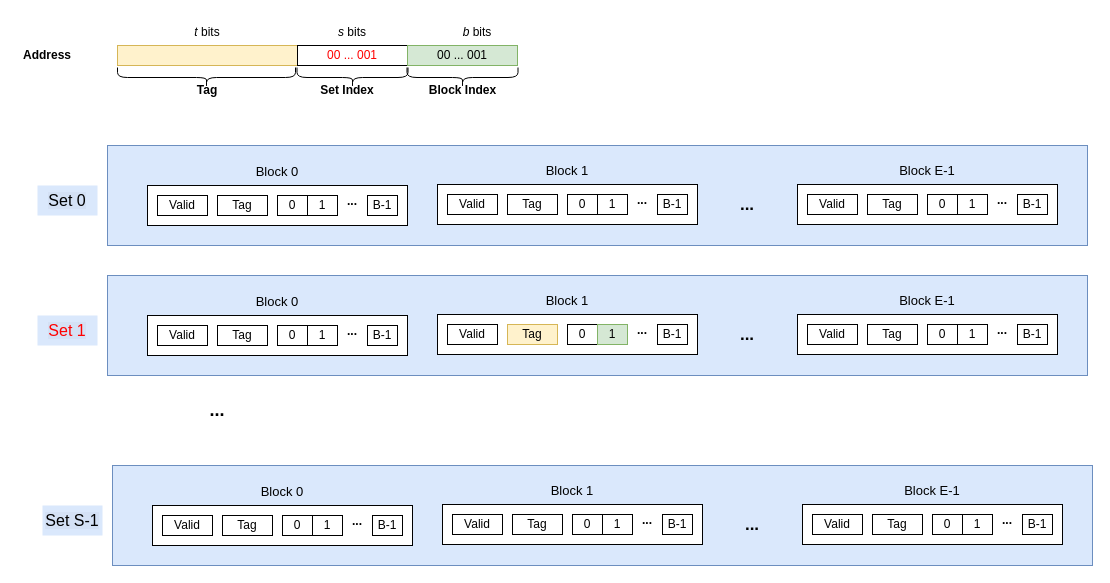
Above: csapp/general_cache_org.drawio in kevingechen/drawio (draw.io), before the change. Source tidied: cells renumbered, new cells numbered last; positions are measured from the earlier drawing's top-left corner, leaving out a move shared by most shapes. Both pictures are drawn from the tidied source at 100%, with x=0, y=0 at pixel (17, -12).
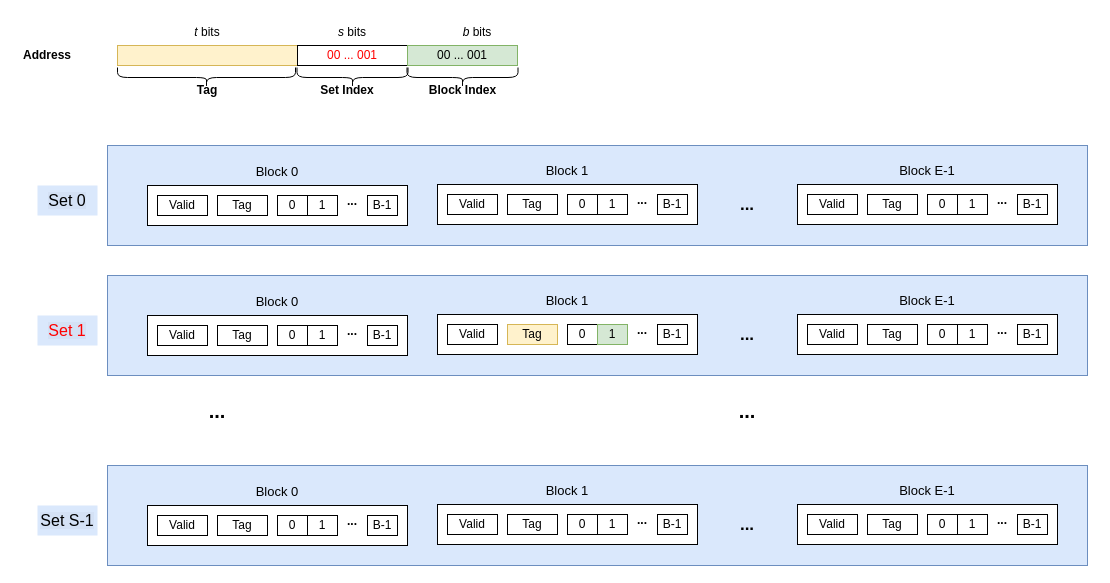
The same page after the edit.

Commit message:
adjust annotations

Change to the diagram source:
```diff
@@
-    <mxCell id="69" value="&lt;b&gt;&lt;font style=&quot;font-size: 18px;&quot;&gt;...&lt;/font&gt;&lt;/b&gt;" style="text;html=1;strokeColor=none;fillColor=none;align=center;verticalAlign=middle;whiteSpace=wrap;rounded=0;" parent="1" vertex="1">
+    <mxCell id="69" value="&lt;b&gt;&lt;font style=&quot;font-size: 20px;&quot;&gt;...&lt;/font&gt;&lt;/b&gt;" style="text;html=1;strokeColor=none;fillColor=none;align=center;verticalAlign=middle;whiteSpace=wrap;rounded=0;" parent="1" vertex="1">
       <mxGeometry x="170" y="407" width="60" height="30" as="geometry" />
     </mxCell>
@@
     <mxCell id="73" style="rounded=0;whiteSpace=wrap;html=1;fillColor=#dae8fc;strokeColor=#6c8ebf;" parent="1" vertex="1">
-      <mxGeometry x="95" y="477" width="980" height="100" as="geometry" />
+      <mxGeometry x="90" y="477" width="980" height="100" as="geometry" />
     </mxCell>
     <mxCell id="74" style="group;" parent="1" vertex="1">
-      <mxGeometry x="135" y="488" width="260" height="69" as="geometry" />
+      <mxGeometry x="130" y="488" width="260" height="69" as="geometry" />
     </mxCell>
@@
     <mxCell id="83" style="group;" parent="1" vertex="1">
-      <mxGeometry x="425" y="487" width="260" height="69" as="geometry" />
+      <mxGeometry x="420" y="487" width="260" height="69" as="geometry" />
     </mxCell>
@@
     <mxCell id="92" style="group;" parent="1" vertex="1">
-      <mxGeometry x="785" y="487" width="260" height="69" as="geometry" />
+      <mxGeometry x="780" y="487" width="260" height="69" as="geometry" />
     </mxCell>
@@
     <mxCell id="101" value="&lt;b&gt;&lt;font style=&quot;font-size: 17px;&quot;&gt;...&lt;/font&gt;&lt;/b&gt;" style="text;html=1;strokeColor=none;fillColor=none;align=center;verticalAlign=middle;whiteSpace=wrap;rounded=0;" parent="1" vertex="1">
-      <mxGeometry x="705" y="522" width="60" height="30" as="geometry" />
+      <mxGeometry x="700" y="522" width="60" height="30" as="geometry" />
     </mxCell>
     <mxCell id="102" value="&lt;font style=&quot;background-color: rgb(212, 225, 245); font-size: 16px;&quot;&gt;Set S-1&lt;/font&gt;" style="text;html=1;strokeColor=none;fillColor=#dae8fc;align=center;verticalAlign=middle;whiteSpace=wrap;rounded=0;" parent="1" vertex="1">
-      <mxGeometry x="25" y="517" width="60" height="30" as="geometry" />
+      <mxGeometry x="20" y="517" width="60" height="30" as="geometry" />
     </mxCell>
@@
+    <mxCell id="106" value="&lt;b&gt;&lt;font style=&quot;font-size: 20px;&quot;&gt;...&lt;/font&gt;&lt;/b&gt;" style="text;html=1;strokeColor=none;fillColor=none;align=center;verticalAlign=middle;whiteSpace=wrap;rounded=0;" parent="1" vertex="1">
+      <mxGeometry x="700" y="407" width="60" height="30" as="geometry" />
+    </mxCell>
```
